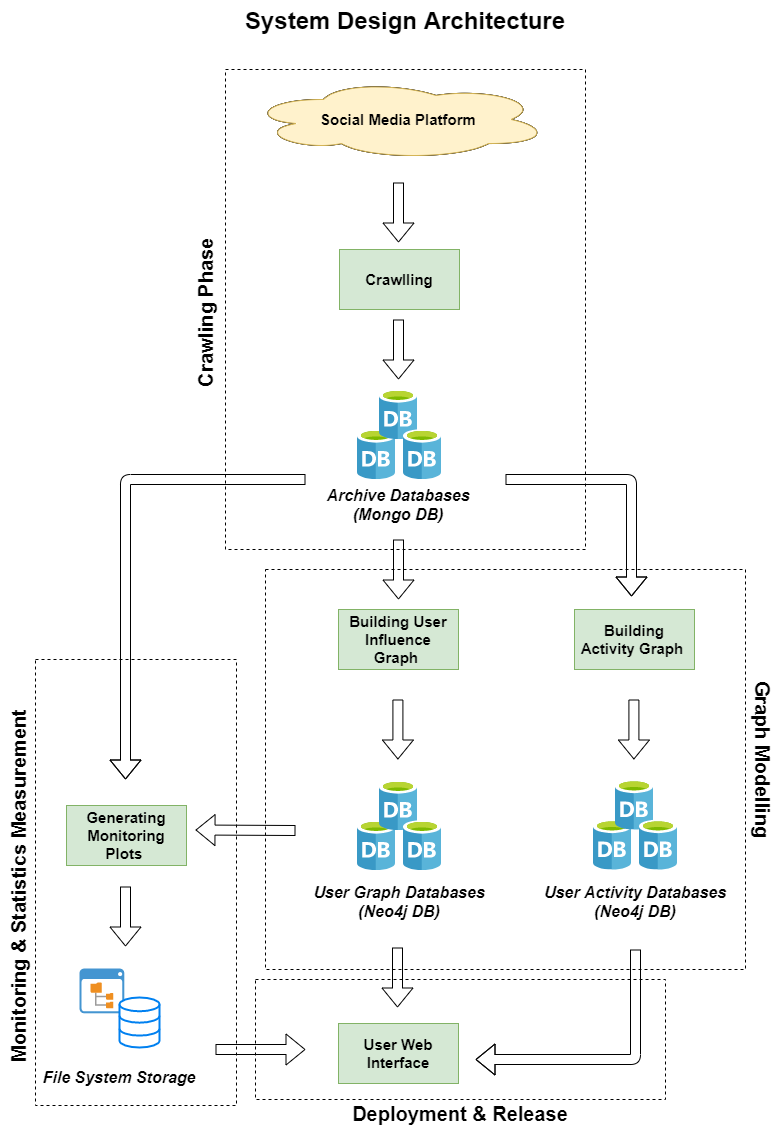
The draw.io diagram docs/figures/figures/Technical Solution/System Design Architecture.png in MohammedGuniem/social-media-influence-analyzer, before a commit. Source tidied: cells renumbered, new cells last; positions are measured from the earlier drawing's top-left corner, leaving out a move shared by most shapes.
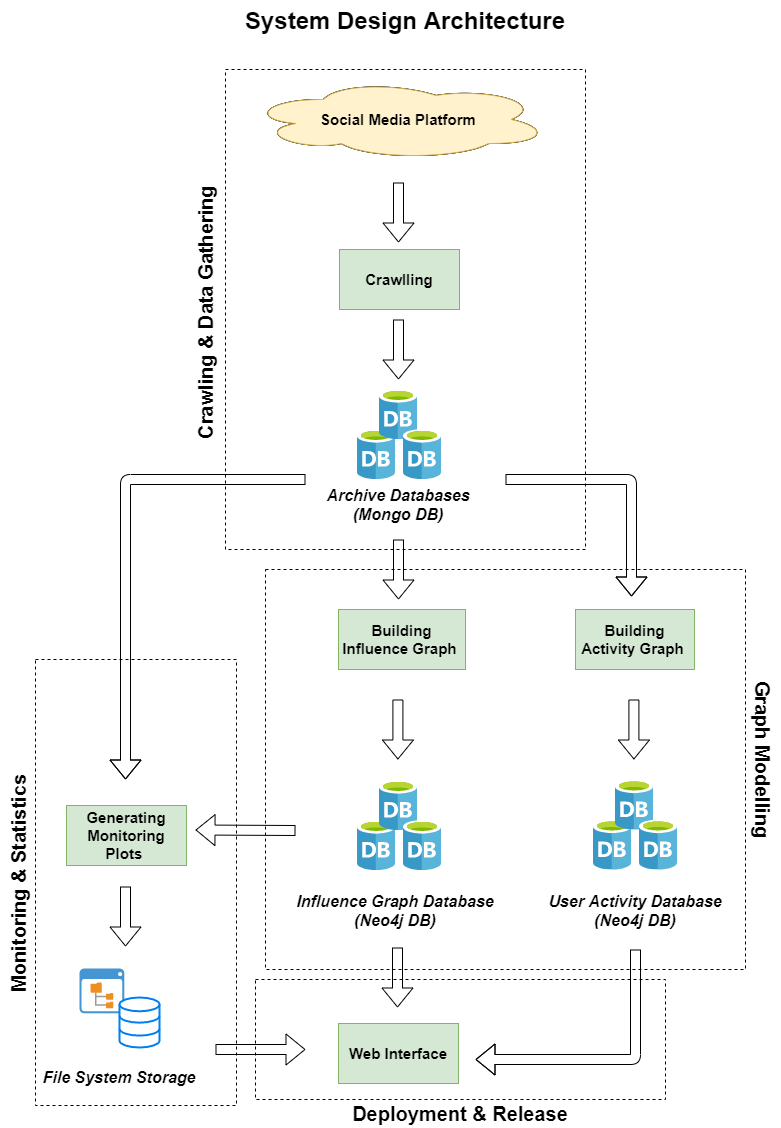
Above is the later version.

What changed in the source:
```diff
@@ -23,9 +23,6 @@
     <mxCell id="8" value="Crawlling" style="rounded=0;whiteSpace=wrap;html=1;" parent="1" vertex="1">
       <mxGeometry x="541" y="249" width="120" height="60" as="geometry" />
     </mxCell>
-    <mxCell id="9" value="Building User Influence Graph&amp;nbsp;" style="rounded=0;whiteSpace=wrap;html=1;fontStyle=1;" parent="1" vertex="1">
-      <mxGeometry x="540" y="609" width="120" height="60" as="geometry" />
-    </mxCell>
     <mxCell id="10" style="shape=flexArrow;endArrow=classic;html=1;" parent="1" edge="1">
       <mxGeometry relative="1" as="geometry">
         <mxPoint x="600" y="182" as="sourcePoint" />
@@ -63,7 +60,7 @@
       </mxGeometry>
     </mxCell>
     <mxCell id="18" value="Building Activity Graph&amp;nbsp;" style="rounded=0;whiteSpace=wrap;html=1;fontStyle=1;fontSize=15;fillColor=#d5e8d4;strokeColor=#82b366;" parent="1" vertex="1">
-      <mxGeometry x="776" y="609" width="120" height="60" as="geometry" />
+      <mxGeometry x="777" y="609" width="119" height="60" as="geometry" />
     </mxCell>
     <mxCell id="19" style="html=1;align=center;image;fontSize=12;image=img/lib/mscae/Database_General.svg;" parent="1" vertex="1">
       <mxGeometry x="559" y="820" width="38" height="50" as="geometry" />
@@ -74,8 +71,8 @@
     <mxCell id="21" style="html=1;align=center;image;fontSize=12;image=img/lib/mscae/Database_General.svg;" parent="1" vertex="1">
       <mxGeometry x="605" y="820" width="38" height="50" as="geometry" />
     </mxCell>
-    <mxCell id="22" value="&lt;font style=&quot;font-size: 16px&quot;&gt;&lt;i&gt;&lt;b&gt;User Graph Databases&lt;br&gt;(Neo4j DB)&lt;/b&gt;&lt;/i&gt;&lt;/font&gt;" style="text;html=1;strokeColor=none;fillColor=none;align=center;verticalAlign=middle;whiteSpace=wrap;rounded=0;" parent="1" vertex="1">
-      <mxGeometry x="511" y="881" width="180" height="40" as="geometry" />
+    <mxCell id="22" value="&lt;font style=&quot;font-size: 16px&quot;&gt;&lt;i&gt;&lt;b&gt;Influence Graph Database&lt;br&gt;(Neo4j DB)&lt;/b&gt;&lt;/i&gt;&lt;/font&gt;" style="text;html=1;strokeColor=none;fillColor=none;align=center;verticalAlign=middle;whiteSpace=wrap;rounded=0;" parent="1" vertex="1">
+      <mxGeometry x="487" y="881" width="220" height="58" as="geometry" />
     </mxCell>
     <mxCell id="23" style="html=1;align=center;image;fontSize=12;image=img/lib/mscae/Database_General.svg;" parent="1" vertex="1">
       <mxGeometry x="795" y="819.5" width="38" height="50" as="geometry" />
@@ -86,8 +83,8 @@
     <mxCell id="25" style="html=1;align=center;image;fontSize=12;image=img/lib/mscae/Database_General.svg;" parent="1" vertex="1">
       <mxGeometry x="841" y="819.5" width="38" height="50" as="geometry" />
     </mxCell>
-    <mxCell id="26" value="&lt;font style=&quot;font-size: 16px&quot;&gt;&lt;i&gt;&lt;b&gt;User Activity Databases&lt;br&gt;(Neo4j DB)&lt;/b&gt;&lt;/i&gt;&lt;/font&gt;" style="text;html=1;strokeColor=none;fillColor=none;align=center;verticalAlign=middle;whiteSpace=wrap;rounded=0;" parent="1" vertex="1">
-      <mxGeometry x="727" y="880.5" width="220" height="40" as="geometry" />
+    <mxCell id="26" value="&lt;font style=&quot;font-size: 16px&quot;&gt;&lt;i&gt;&lt;b&gt;User Activity Database&lt;br&gt;(Neo4j DB)&lt;/b&gt;&lt;/i&gt;&lt;/font&gt;" style="text;html=1;strokeColor=none;fillColor=none;align=center;verticalAlign=middle;whiteSpace=wrap;rounded=0;" parent="1" vertex="1">
+      <mxGeometry x="727" y="880.5" width="220" height="58.5" as="geometry" />
     </mxCell>
     <mxCell id="27" style="shape=flexArrow;endArrow=classic;html=1;" parent="1" edge="1">
       <mxGeometry relative="1" as="geometry">
@@ -164,22 +161,22 @@
     <mxCell id="41" value="Crawlling" style="rounded=0;whiteSpace=wrap;html=1;fontStyle=1;fontSize=15;fillColor=#d5e8d4;strokeColor=#82b366;" parent="1" vertex="1">
       <mxGeometry x="541" y="249" width="120" height="60" as="geometry" />
     </mxCell>
-    <mxCell id="42" value="Building User Influence Graph&amp;nbsp;" style="rounded=0;whiteSpace=wrap;html=1;fontStyle=1;fontSize=15;fillColor=#d5e8d4;strokeColor=#82b366;" parent="1" vertex="1">
-      <mxGeometry x="540" y="609" width="120" height="60" as="geometry" />
+    <mxCell id="42" value="Building Influence Graph&amp;nbsp;" style="rounded=0;whiteSpace=wrap;html=1;fontStyle=1;fontSize=15;fillColor=#d5e8d4;strokeColor=#82b366;" parent="1" vertex="1">
+      <mxGeometry x="540" y="609" width="127" height="60" as="geometry" />
     </mxCell>
-    <mxCell id="43" value="User Web Interface" style="rounded=0;whiteSpace=wrap;html=1;fontStyle=1;fontSize=15;fillColor=#d5e8d4;strokeColor=#82b366;" parent="1" vertex="1">
+    <mxCell id="43" value="Web Interface" style="rounded=0;whiteSpace=wrap;html=1;fontStyle=1;fontSize=15;fillColor=#d5e8d4;strokeColor=#82b366;" parent="1" vertex="1">
       <mxGeometry x="540" y="1023" width="120" height="60" as="geometry" />
     </mxCell>
     <mxCell id="44" value="Generating Monitoring Plots&amp;nbsp;" style="rounded=0;whiteSpace=wrap;html=1;fontStyle=1;fontSize=15;fillColor=#d5e8d4;strokeColor=#82b366;" parent="1" vertex="1">
       <mxGeometry x="268" y="805" width="120" height="60" as="geometry" />
     </mxCell>
-    <mxCell id="45" value="&lt;b&gt;&lt;font style=&quot;font-size: 20px&quot;&gt;Crawling Phase&lt;br&gt;&lt;/font&gt;&lt;/b&gt;" style="text;html=1;strokeColor=none;fillColor=none;align=center;verticalAlign=middle;whiteSpace=wrap;rounded=0;dashed=1;fontSize=15;direction=west;rotation=270;" parent="1" vertex="1">
+    <mxCell id="45" value="&lt;b&gt;&lt;font style=&quot;font-size: 20px&quot;&gt;Crawling &amp;amp; Data Gathering&lt;br&gt;&lt;/font&gt;&lt;/b&gt;" style="text;html=1;strokeColor=none;fillColor=none;align=center;verticalAlign=middle;whiteSpace=wrap;rounded=0;dashed=1;fontSize=15;direction=west;rotation=270;" parent="1" vertex="1">
       <mxGeometry x="169" y="292" width="475" height="40" as="geometry" />
     </mxCell>
     <mxCell id="46" value="&lt;b&gt;&lt;font style=&quot;font-size: 20px&quot;&gt;Graph Modelling&lt;br&gt;&lt;/font&gt;&lt;/b&gt;" style="text;html=1;strokeColor=none;fillColor=none;align=center;verticalAlign=middle;whiteSpace=wrap;rounded=0;dashed=1;fontSize=15;direction=west;rotation=90;" parent="1" vertex="1">
       <mxGeometry x="855.1" y="741.9" width="219" height="35.2" as="geometry" />
     </mxCell>
-    <mxCell id="47" value="&lt;font&gt;&lt;span style=&quot;font-size: 20px&quot;&gt;&lt;b&gt;Monitoring &amp;amp; Statistics Measurement&amp;nbsp;&lt;/b&gt;&lt;/span&gt;&lt;br&gt;&lt;/font&gt;" style="text;html=1;strokeColor=none;fillColor=none;align=center;verticalAlign=middle;whiteSpace=wrap;rounded=0;dashed=1;fontSize=15;direction=west;rotation=270;" parent="1" vertex="1">
+    <mxCell id="47" value="&lt;font&gt;&lt;span style=&quot;font-size: 20px&quot;&gt;&lt;b&gt;Monitoring &amp;amp; Statistics&lt;/b&gt;&lt;/span&gt;&lt;br&gt;&lt;/font&gt;" style="text;html=1;strokeColor=none;fillColor=none;align=center;verticalAlign=middle;whiteSpace=wrap;rounded=0;dashed=1;fontSize=15;direction=west;rotation=270;" parent="1" vertex="1">
       <mxGeometry x="-0.3" y="865.5" width="440.7" height="35.4" as="geometry" />
     </mxCell>
     <mxCell id="48" value="&lt;font&gt;&lt;span style=&quot;font-size: 20px&quot;&gt;&lt;b&gt;Deployment &amp;amp; Release&lt;/b&gt;&lt;/span&gt;&lt;br&gt;&lt;/font&gt;" style="text;html=1;strokeColor=none;fillColor=none;align=center;verticalAlign=middle;whiteSpace=wrap;rounded=0;dashed=1;fontSize=15;direction=west;rotation=0;" parent="1" vertex="1">
```
